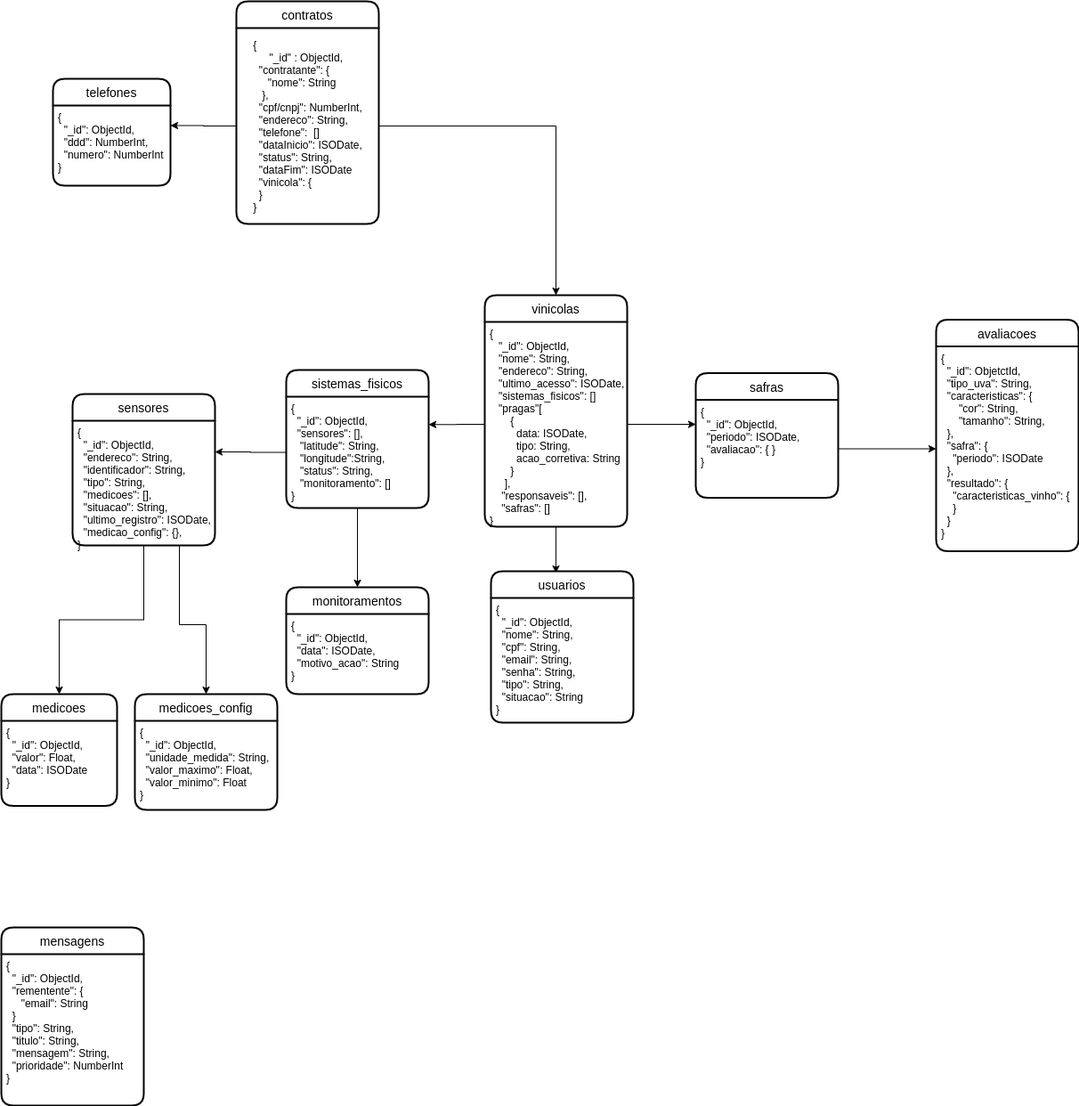
Above: docs/software/imgs/modelagem-banco.png in PI2-viticultura/SmartVit (draw.io), before the change. Source tidied: cells renumbered, new cells last; positions are measured from the earlier drawing's top-left corner, leaving out a move shared by most shapes.
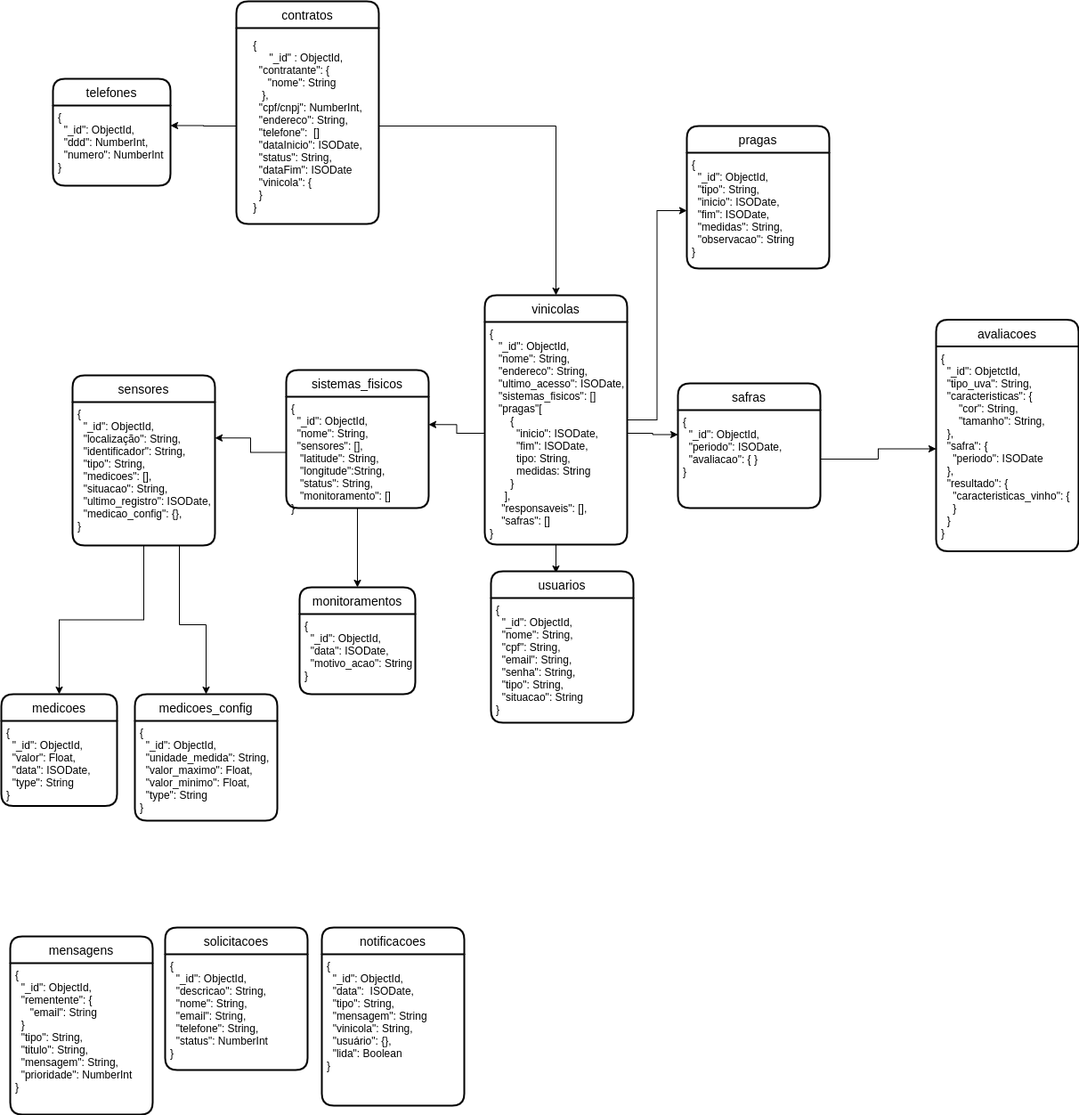
After the change.

Diff of the diagram source:
```diff
@@ -8,11 +8,14 @@
     <mxCell id="3" style="edgeStyle=orthogonalEdgeStyle;rounded=0;jettySize=auto;html=1;entryX=0.456;entryY=0.012;entryDx=0;entryDy=0;entryPerimeter=0;" parent="1" edge="1" source="4" target="8">
       <mxGeometry relative="1" as="geometry" />
     </mxCell>
+    <mxCell id="36" style="edgeStyle=orthogonalEdgeStyle;rounded=0;jettySize=auto;html=1;entryX=0;entryY=0.5;entryDx=0;entryDy=0;" parent="1" edge="1" source="4" target="38">
+      <mxGeometry relative="1" as="geometry" />
+    </mxCell>
     <mxCell id="4" value="vinicolas" style="swimlane;horizontal=1;startSize=30;rounded=1;fontSize=14;fontStyle=0;strokeWidth=2;shadow=0;dashed=0;align=center;" parent="1" vertex="1">
-      <mxGeometry x="543" y="330" width="160" height="260" as="geometry" />
+      <mxGeometry x="543" y="330" width="160" height="280" as="geometry" />
     </mxCell>
-    <mxCell id="5" value="{&#10;   &quot;_id&quot;: ObjectId, &#10;   &quot;nome&quot;: String,&#10;   &quot;endereco&quot;: String,&#10;   &quot;ultimo_acesso&quot;: ISODate,&#10;   &quot;sistemas_fisicos&quot;: []&#10;   &quot;pragas&quot;[&#10;       {&#10;         data: ISODate, &#10;         tipo: String, &#10;         acao_corretiva: String&#10;       }&#10;     ],&#10;    &quot;responsaveis&quot;: [],&#10;    &quot;safras&quot;: []&#10;}" style="align=left;strokeColor=none;fillColor=none;spacingLeft=4;fontSize=12;verticalAlign=top;" parent="4" vertex="1">
-      <mxGeometry y="30" width="160" height="230" as="geometry" />
+    <mxCell id="5" value="{&#10;   &quot;_id&quot;: ObjectId, &#10;   &quot;nome&quot;: String,&#10;   &quot;endereco&quot;: String,&#10;   &quot;ultimo_acesso&quot;: ISODate,&#10;   &quot;sistemas_fisicos&quot;: []&#10;   &quot;pragas&quot;[&#10;       {&#10;         &quot;inicio&quot;: ISODate, &#10;         &quot;fim&quot;: ISODate,  &#10;         tipo: String, &#10;         medidas: String&#10;       }&#10;     ],&#10;    &quot;responsaveis&quot;: [],&#10;    &quot;safras&quot;: []&#10;}" style="align=left;strokeColor=none;fillColor=none;spacingLeft=4;fontSize=12;verticalAlign=top;" parent="4" vertex="1">
+      <mxGeometry y="30" width="160" height="250" as="geometry" />
     </mxCell>
     <mxCell id="6" value="contratos" style="swimlane;horizontal=1;startSize=30;rounded=1;fontSize=14;fontStyle=0;strokeWidth=2;shadow=0;dashed=0;align=center;" parent="1" vertex="1">
       <mxGeometry x="264" width="160" height="250" as="geometry" />
@@ -29,26 +32,20 @@
     <mxCell id="10" style="edgeStyle=orthogonalEdgeStyle;rounded=0;jettySize=auto;html=1;entryX=1;entryY=0.25;entryDx=0;entryDy=0;" parent="1" edge="1" source="5" target="14">
       <mxGeometry relative="1" as="geometry" />
     </mxCell>
-    <mxCell id="11" value="monitoramentos" style="swimlane;horizontal=1;startSize=30;rounded=1;fontSize=14;fontStyle=0;strokeWidth=2;shadow=0;dashed=0;align=center;" parent="1" vertex="1">
-      <mxGeometry x="320" y="658" width="160" height="120" as="geometry" />
-    </mxCell>
-    <mxCell id="12" value="{&#10;  &quot;_id&quot;: ObjectId,&#10;  &quot;data&quot;: ISODate,&#10;  &quot;motivo_acao&quot;: String&#10;}" style="align=left;strokeColor=none;fillColor=none;spacingLeft=4;fontSize=12;verticalAlign=top;" parent="11" vertex="1">
-      <mxGeometry y="30" width="160" height="90" as="geometry" />
-    </mxCell>
     <mxCell id="13" value="sistemas_fisicos" style="swimlane;horizontal=1;startSize=30;rounded=1;fontSize=14;fontStyle=0;strokeWidth=2;shadow=0;dashed=0;align=center;" parent="1" vertex="1">
       <mxGeometry x="320" y="414" width="160" height="155" as="geometry" />
     </mxCell>
-    <mxCell id="14" value="{&#10;  &quot;_id&quot;: ObjectId,&#10;  &quot;sensores&quot;: [],&#10;   &quot;latitude&quot;: String,&#10;   &quot;longitude&quot;:String, &#10;   &quot;status&quot;: String,&#10;   &quot;monitoramento&quot;: []&#10;}" style="align=left;strokeColor=none;fillColor=none;spacingLeft=4;fontSize=12;verticalAlign=top;" parent="13" vertex="1">
+    <mxCell id="14" value="{&#10;  &quot;_id&quot;: ObjectId,&#10;  &quot;nome&quot;: String,&#10;  &quot;sensores&quot;: [],&#10;   &quot;latitude&quot;: String,&#10;   &quot;longitude&quot;:String, &#10;   &quot;status&quot;: String,&#10;   &quot;monitoramento&quot;: []&#10;}" style="align=left;strokeColor=none;fillColor=none;spacingLeft=4;fontSize=12;verticalAlign=top;" parent="13" vertex="1">
       <mxGeometry y="30" width="160" height="125" as="geometry" />
     </mxCell>
     <mxCell id="15" style="edgeStyle=orthogonalEdgeStyle;rounded=0;jettySize=auto;html=1;" parent="1" edge="1" source="14" target="11">
       <mxGeometry relative="1" as="geometry" />
     </mxCell>
     <mxCell id="16" value="sensores" style="swimlane;horizontal=1;startSize=30;rounded=1;fontSize=14;fontStyle=0;strokeWidth=2;shadow=0;dashed=0;align=center;" parent="1" vertex="1">
-      <mxGeometry x="80" y="441" width="160" height="170" as="geometry" />
+      <mxGeometry x="80" y="420" width="160" height="191" as="geometry" />
     </mxCell>
-    <mxCell id="17" value="{&#10;  &quot;_id&quot;: ObjectId,&#10;  &quot;endereco&quot;: String, &#10;  &quot;identificador&quot;: String,&#10;  &quot;tipo&quot;: String,&#10;  &quot;medicoes&quot;: [], &#10;  &quot;situacao&quot;: String,&#10;  &quot;ultimo_registro&quot;: ISODate,&#10;  &quot;medicao_config&quot;: {},&#10;}" style="align=left;strokeColor=none;fillColor=none;spacingLeft=4;fontSize=12;verticalAlign=top;" parent="16" vertex="1">
-      <mxGeometry y="30" width="160" height="140" as="geometry" />
+    <mxCell id="17" value="{&#10;  &quot;_id&quot;: ObjectId,&#10;  &quot;localização&quot;: String, &#10;  &quot;identificador&quot;: String,&#10;  &quot;tipo&quot;: String,&#10;  &quot;medicoes&quot;: [], &#10;  &quot;situacao&quot;: String,&#10;  &quot;ultimo_registro&quot;: ISODate,&#10;  &quot;medicao_config&quot;: {},&#10;}" style="align=left;strokeColor=none;fillColor=none;spacingLeft=4;fontSize=12;verticalAlign=top;" parent="16" vertex="1">
+      <mxGeometry y="30" width="160" height="161" as="geometry" />
     </mxCell>
     <mxCell id="18" style="edgeStyle=orthogonalEdgeStyle;rounded=0;jettySize=auto;html=1;entryX=1;entryY=0.25;entryDx=0;entryDy=0;" parent="1" edge="1" source="14" target="17">
       <mxGeometry relative="1" as="geometry" />
@@ -56,12 +53,6 @@
     <mxCell id="19" style="edgeStyle=orthogonalEdgeStyle;rounded=0;jettySize=auto;html=1;entryX=0;entryY=0.25;entryDx=0;entryDy=0;" parent="1" edge="1" source="5" target="21">
       <mxGeometry relative="1" as="geometry" />
     </mxCell>
-    <mxCell id="20" value="safras" style="swimlane;horizontal=1;startSize=30;rounded=1;fontSize=14;fontStyle=0;strokeWidth=2;shadow=0;dashed=0;align=center;" parent="1" vertex="1">
-      <mxGeometry x="780" y="417.5" width="160" height="140" as="geometry" />
-    </mxCell>
-    <mxCell id="21" value="{&#10;  &quot;_id&quot;: ObjectId,&#10;  &quot;periodo&quot;: ISODate, &#10;  &quot;avaliacao&quot;: { }&#10;}" style="align=left;strokeColor=none;fillColor=none;spacingLeft=4;fontSize=12;verticalAlign=top;" parent="20" vertex="1">
-      <mxGeometry y="30" width="160" height="110" as="geometry" />
-    </mxCell>
     <mxCell id="22" style="edgeStyle=orthogonalEdgeStyle;rounded=0;jettySize=auto;html=1;" parent="1" edge="1" source="21" target="24">
       <mxGeometry relative="1" as="geometry" />
     </mxCell>
@@ -94,20 +85,50 @@
     <mxCell id="30" value="medicoes" style="swimlane;horizontal=1;startSize=30;rounded=1;fontSize=14;fontStyle=0;strokeWidth=2;shadow=0;dashed=0;align=center;" parent="1" vertex="1">
       <mxGeometry y="778" width="130" height="125.5" as="geometry" />
     </mxCell>
-    <mxCell id="31" value="{&#10;  &quot;_id&quot;: ObjectId,&#10;  &quot;valor&quot;: Float, &#10;  &quot;data&quot;: ISODate&#10;}" style="align=left;strokeColor=none;fillColor=none;spacingLeft=4;fontSize=12;verticalAlign=top;" parent="30" vertex="1">
+    <mxCell id="31" value="{&#10;  &quot;_id&quot;: ObjectId,&#10;  &quot;valor&quot;: Float, &#10;  &quot;data&quot;: ISODate,&#10;  &quot;type&quot;: String&#10;}" style="align=left;strokeColor=none;fillColor=none;spacingLeft=4;fontSize=12;verticalAlign=top;" parent="30" vertex="1">
       <mxGeometry y="30" width="130" height="95.5" as="geometry" />
     </mxCell>
     <mxCell id="32" value="medicoes_config" style="swimlane;horizontal=1;startSize=30;rounded=1;fontSize=14;fontStyle=0;strokeWidth=2;shadow=0;dashed=0;align=center;" parent="1" vertex="1">
-      <mxGeometry x="150" y="778" width="160" height="130" as="geometry" />
+      <mxGeometry x="150" y="778" width="160" height="142" as="geometry" />
     </mxCell>
-    <mxCell id="33" value="{&#10;  &quot;_id&quot;: ObjectId,&#10;  &quot;unidade_medida&quot;: String,&#10;  &quot;valor_maximo&quot;: Float, &#10;  &quot;valor_minimo&quot;: Float&#10;}" style="align=left;strokeColor=none;fillColor=none;spacingLeft=4;fontSize=12;verticalAlign=top;" parent="32" vertex="1">
-      <mxGeometry y="30" width="160" height="100" as="geometry" />
+    <mxCell id="33" value="{&#10;  &quot;_id&quot;: ObjectId,&#10;  &quot;unidade_medida&quot;: String,&#10;  &quot;valor_maximo&quot;: Float, &#10;  &quot;valor_minimo&quot;: Float,&#10;  &quot;type&quot;: String&#10;}" style="align=left;strokeColor=none;fillColor=none;spacingLeft=4;fontSize=12;verticalAlign=top;" parent="32" vertex="1">
+      <mxGeometry y="30" width="160" height="112" as="geometry" />
     </mxCell>
+    <mxCell id="37" value="pragas" style="swimlane;horizontal=1;startSize=30;rounded=1;fontSize=14;fontStyle=0;strokeWidth=2;shadow=0;dashed=0;align=center;" parent="1" vertex="1">
+      <mxGeometry x="770" y="140" width="160" height="160" as="geometry" />
+    </mxCell>
+    <mxCell id="38" value="{&#10;  &quot;_id&quot;: ObjectId,&#10;  &quot;tipo&quot;: String, &#10;  &quot;inicio&quot;: ISODate, &#10;  &quot;fim&quot;: ISODate, &#10;  &quot;medidas&quot;: String, &#10;  &quot;observacao&quot;: String&#10;}" style="align=left;strokeColor=none;fillColor=none;spacingLeft=4;fontSize=12;verticalAlign=top;" parent="37" vertex="1">
+      <mxGeometry y="30" width="160" height="130" as="geometry" />
+    </mxCell>
+    <mxCell id="20" value="safras" style="swimlane;horizontal=1;startSize=30;rounded=1;fontSize=14;fontStyle=0;strokeWidth=2;shadow=0;dashed=0;align=center;" parent="1" vertex="1">
+      <mxGeometry x="760" y="429" width="160" height="140" as="geometry" />
+    </mxCell>
+    <mxCell id="21" value="{&#10;  &quot;_id&quot;: ObjectId,&#10;  &quot;periodo&quot;: ISODate, &#10;  &quot;avaliacao&quot;: { }&#10;}" style="align=left;strokeColor=none;fillColor=none;spacingLeft=4;fontSize=12;verticalAlign=top;" parent="20" vertex="1">
+      <mxGeometry y="30" width="160" height="110" as="geometry" />
+    </mxCell>
+    <mxCell id="39" value="solicitacoes" style="swimlane;horizontal=1;startSize=30;rounded=1;fontSize=14;fontStyle=0;strokeWidth=2;shadow=0;dashed=0;align=center;" parent="1" vertex="1">
+      <mxGeometry x="184" y="1040" width="160" height="160" as="geometry" />
+    </mxCell>
+    <mxCell id="40" value="{&#10;  &quot;_id&quot;: ObjectId,&#10;  &quot;descricao&quot;: String,&#10;  &quot;nome&quot;: String, &#10;  &quot;email&quot;: String,&#10;  &quot;telefone&quot;: String,&#10;  &quot;status&quot;: NumberInt&#10;}" style="align=left;strokeColor=none;fillColor=none;spacingLeft=4;fontSize=12;verticalAlign=top;" parent="39" vertex="1">
+      <mxGeometry y="30" width="160" height="130" as="geometry" />
+    </mxCell>
+    <mxCell id="41" value="mensagens" style="swimlane;horizontal=1;startSize=30;rounded=1;fontSize=14;fontStyle=0;strokeWidth=2;shadow=0;dashed=0;align=center;" parent="1" vertex="1">
+      <mxGeometry x="10" y="1050" width="160" height="200" as="geometry" />
+    </mxCell>
+    <mxCell id="42" value="{&#10;  &quot;_id&quot;: ObjectId,&#10;  &quot;rementente&quot;: {&#10;     &quot;email&quot;: String&#10;  }&#10;  &quot;tipo&quot;: String, &#10;  &quot;titulo&quot;: String,&#10;  &quot;mensagem&quot;: String,&#10;  &quot;prioridade&quot;: NumberInt&#10;}" style="align=left;strokeColor=none;fillColor=none;spacingLeft=4;fontSize=12;verticalAlign=top;" parent="41" vertex="1">
+      <mxGeometry y="30" width="160" height="170" as="geometry" />
+    </mxCell>
-    <mxCell id="34" value="mensagens" style="swimlane;horizontal=1;startSize=30;rounded=1;fontSize=14;fontStyle=0;strokeWidth=2;shadow=0;dashed=0;align=center;" parent="1" vertex="1">
-      <mxGeometry y="1040" width="160" height="200" as="geometry" />
+    <mxCell id="34" value="notificacoes" style="swimlane;horizontal=1;startSize=30;rounded=1;fontSize=14;fontStyle=0;strokeWidth=2;shadow=0;dashed=0;align=center;" parent="1" vertex="1">
+      <mxGeometry x="360" y="1040" width="160" height="200" as="geometry" />
     </mxCell>
-    <mxCell id="35" value="{&#10;  &quot;_id&quot;: ObjectId,&#10;  &quot;rementente&quot;: {&#10;     &quot;email&quot;: String&#10;  }&#10;  &quot;tipo&quot;: String, &#10;  &quot;titulo&quot;: String,&#10;  &quot;mensagem&quot;: String,&#10;  &quot;prioridade&quot;: NumberInt&#10;}" style="align=left;strokeColor=none;fillColor=none;spacingLeft=4;fontSize=12;verticalAlign=top;" parent="34" vertex="1">
+    <mxCell id="35" value="{&#10;  &quot;_id&quot;: ObjectId,&#10;  &quot;data&quot;:  ISODate, &#10;  &quot;tipo&quot;: String,&#10;  &quot;mensagem&quot;: String&#10;  &quot;vinicola&quot;: String,&#10;  &quot;usuário&quot;: {},&#10;  &quot;lida&quot;: Boolean&#10;}" style="align=left;strokeColor=none;fillColor=none;spacingLeft=4;fontSize=12;verticalAlign=top;" parent="34" vertex="1">
       <mxGeometry y="30" width="160" height="170" as="geometry" />
     </mxCell>
+    <mxCell id="11" value="monitoramentos" style="swimlane;horizontal=1;startSize=30;rounded=1;fontSize=14;fontStyle=0;strokeWidth=2;shadow=0;dashed=0;align=center;" parent="1" vertex="1">
+      <mxGeometry x="335" y="658" width="130" height="120" as="geometry" />
+    </mxCell>
+    <mxCell id="12" value="{&#10;  &quot;_id&quot;: ObjectId,&#10;  &quot;data&quot;: ISODate,&#10;  &quot;motivo_acao&quot;: String&#10;}" style="align=left;strokeColor=none;fillColor=none;spacingLeft=4;fontSize=12;verticalAlign=top;" parent="11" vertex="1">
+      <mxGeometry y="30" width="130" height="90" as="geometry" />
+    </mxCell>
   </root>
 </mxGraphModel>
```
